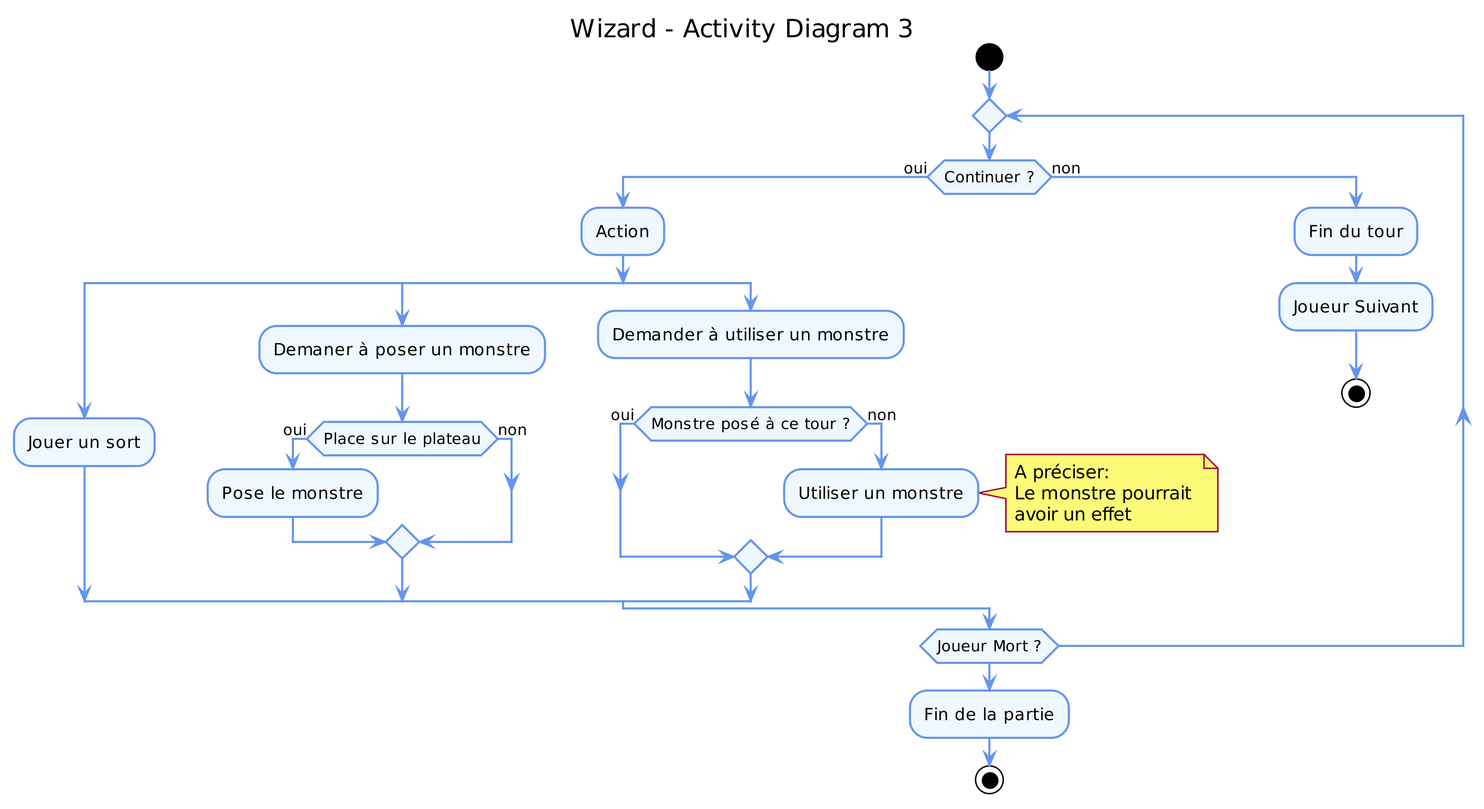
This is uml_files/ActivityDiagram3.png from elishadrion/tetris, a PlantUML export, as it was before one commit. Its diagram source:
```plantuml
@startuml
title Wizard - Activity Diagram 3

skinparam classAttributeIconSize 0

skinparam shadowing false

skinparam dpi 300

skinparam activity {
  BackgroundColor AliceBlue
  ArrowColor CornflowerBlue
  BorderColor CornflowerBlue
}
skinparam stereotypeCBackgroundColor OldLace



start

repeat
  if(Continuer ?) then (oui)
    :Action;
    split
      :Jouer un sort;
    split again
      :Demaner à poser un monstre;
      if(Place sur le plateau) then (oui)
        :Pose le monstre;
      else (non)
      endif
    split again
      :Demander à utiliser un monstre;
      if(Monstre posé à ce tour ?) then (oui)
      else (non)
        :Utiliser un monstre;
        note right
          A préciser:
          Le monstre pourrait
          avoir un effet
        end note
      endif
    end split
  else (non)
    :Fin du tour;
    :Joueur Suivant;
    stop
  endif
repeat while (Joueur Mort ?)

:Fin de la partie;
stop
@enduml
```
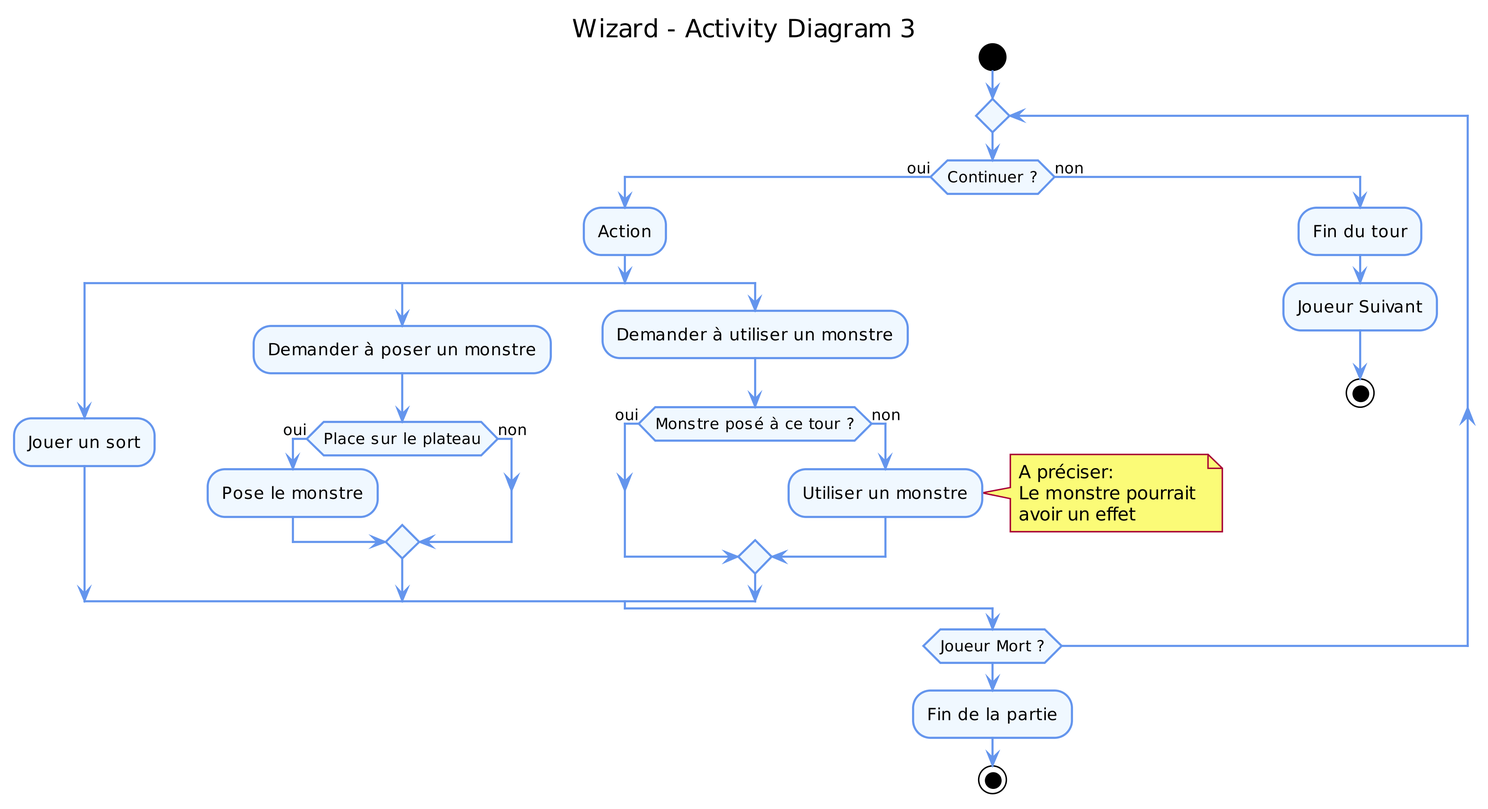
After the commit.

Commit message:
Correction "demaner" -> demander

What changed in the source:
```diff
@@ -24,7 +24,7 @@
     split
       :Jouer un sort;
     split again
-      :Demaner à poser un monstre;
+      :Demander à poser un monstre;
       if(Place sur le plateau) then (oui)
         :Pose le monstre;
       else (non)
```
